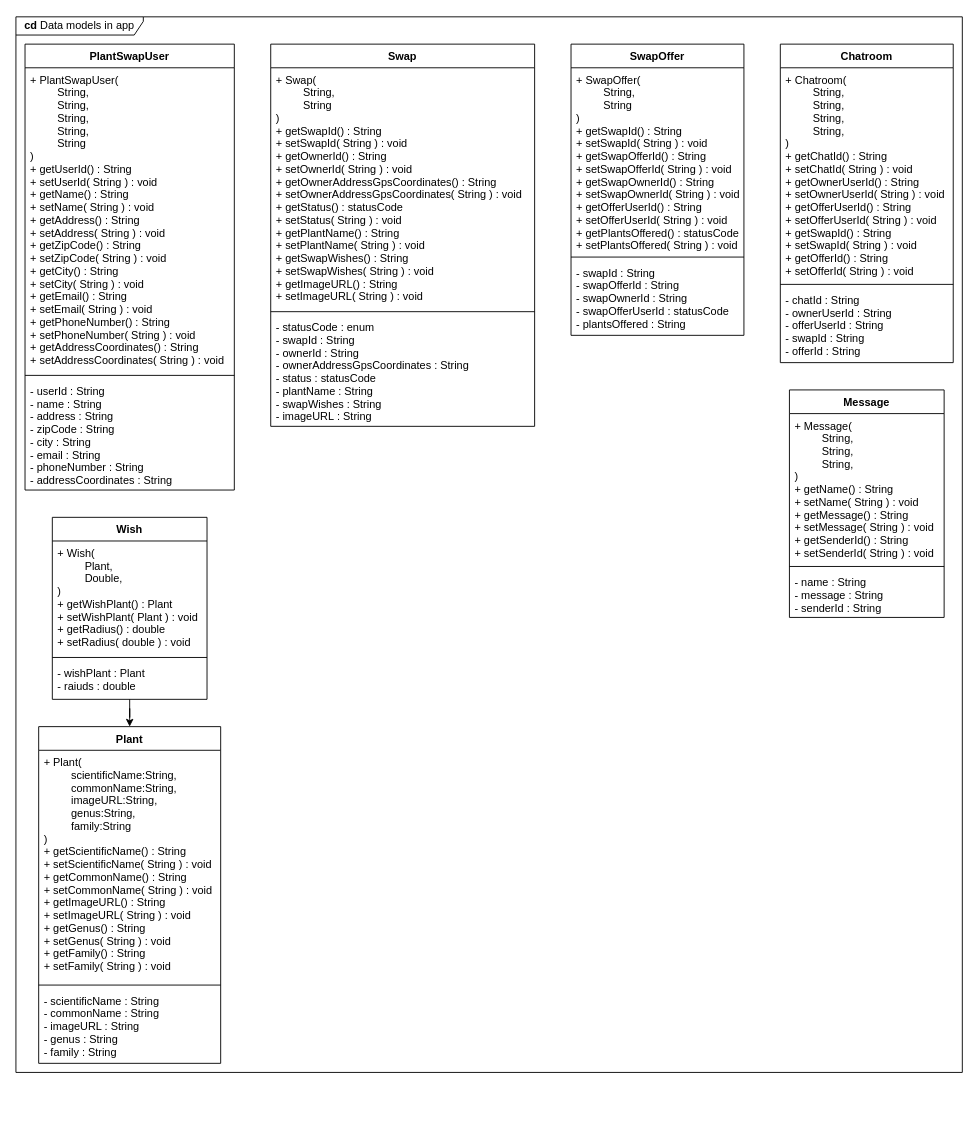
Earlier version of the draw.io diagram page "architecture-models" (2 of 2) of PlanSwapDiagrams.drawio (Macradon/ITSMAP-AppProject). Source tidied: cells renumbered, new cells numbered last; positions are measured from the earlier drawing's top-left corner, leaving out a move shared by most shapes. Both pictures are drawn from the tidied source at 91%, with x=0, y=0 at pixel (15, 16).
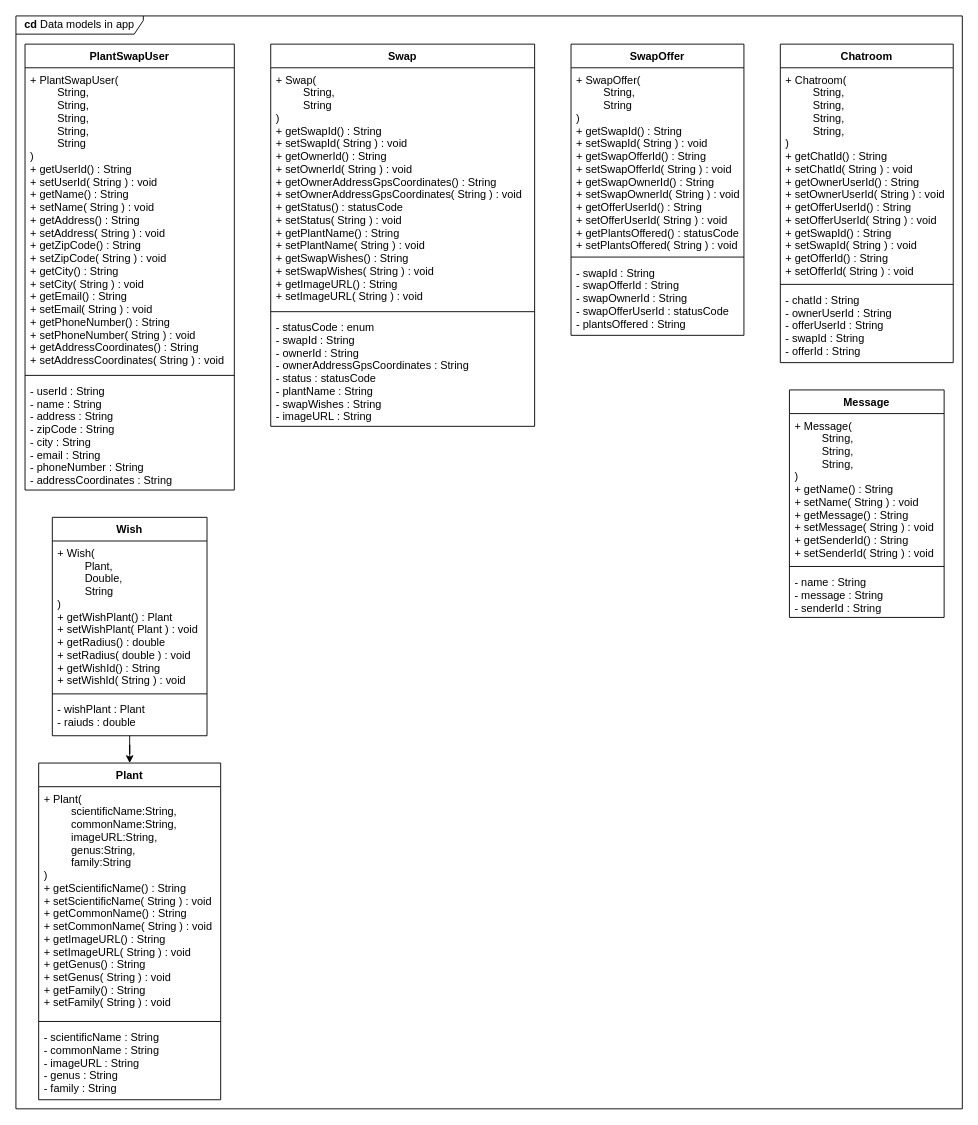
The same diagram, later.

Change to the diagram source:
```diff
@@
+    <mxCell id="31" value="&lt;b&gt;cd&lt;/b&gt;&amp;nbsp;Data models in app" style="shape=umlFrame;whiteSpace=wrap;html=1;width=140;height=20;" parent="1" vertex="1">
+      <mxGeometry y="-1" width="1040" height="1201" as="geometry" />
+    </mxCell>
@@
     <mxCell id="14" value="Plant" style="swimlane;fontStyle=1;align=center;verticalAlign=top;horizontal=1;startSize=26;" parent="1" vertex="1">
-      <mxGeometry x="25" y="780" width="200" height="370" as="geometry" />
+      <mxGeometry x="25" y="820" width="200" height="370" as="geometry" />
     </mxCell>
@@
     <mxCell id="27" value="Wish" style="swimlane;fontStyle=1;align=center;verticalAlign=top;horizontal=1;startSize=26;" parent="1" vertex="1">
-      <mxGeometry x="40" y="550" width="170" height="200" as="geometry" />
+      <mxGeometry x="40" y="550" width="170" height="240" as="geometry" />
     </mxCell>
-    <mxCell id="28" value="+ Wish(&#10;         Plant,&#10;         Double,&#10;)&#10;+ getWishPlant() : Plant&#10;+ setWishPlant( Plant ) : void&#10;+ getRadius() : double&#10;+ setRadius( double ) : void" style="text;strokeColor=none;fillColor=none;align=left;verticalAlign=top;spacingLeft=4;spacingRight=4;overflow=hidden;" parent="27" vertex="1">
-      <mxGeometry y="26" width="170" height="124" as="geometry" />
+    <mxCell id="28" value="+ Wish(&#10;         Plant,&#10;         Double,&#10;         String&#10;)&#10;+ getWishPlant() : Plant&#10;+ setWishPlant( Plant ) : void&#10;+ getRadius() : double&#10;+ setRadius( double ) : void&#10;+ getWishId() : String&#10;+ setWishId( String ) : void" style="text;strokeColor=none;fillColor=none;align=left;verticalAlign=top;spacingLeft=4;spacingRight=4;overflow=hidden;" parent="27" vertex="1">
+      <mxGeometry y="26" width="170" height="164" as="geometry" />
     </mxCell>
     <mxCell id="29" style="line;strokeWidth=1;fillColor=none;align=left;verticalAlign=middle;spacingTop=-1;spacingLeft=3;spacingRight=3;labelPosition=right;" parent="27" vertex="1">
-      <mxGeometry y="150" width="170" height="8" as="geometry" />
+      <mxGeometry y="190" width="170" height="8" as="geometry" />
     </mxCell>
     <mxCell id="30" value="- wishPlant : Plant&#10;- raiuds : double" style="text;strokeColor=none;fillColor=none;align=left;verticalAlign=top;spacingLeft=4;spacingRight=4;overflow=hidden;" parent="27" vertex="1">
-      <mxGeometry y="158" width="170" height="42" as="geometry" />
+      <mxGeometry y="198" width="170" height="42" as="geometry" />
     </mxCell>
-    <mxCell id="31" value="&lt;b&gt;cd&lt;/b&gt;&amp;nbsp;Data models in app" style="shape=umlFrame;whiteSpace=wrap;html=1;width=140;height=20;" parent="1" vertex="1">
-      <mxGeometry width="1040" height="1160" as="geometry" />
-    </mxCell>
```
